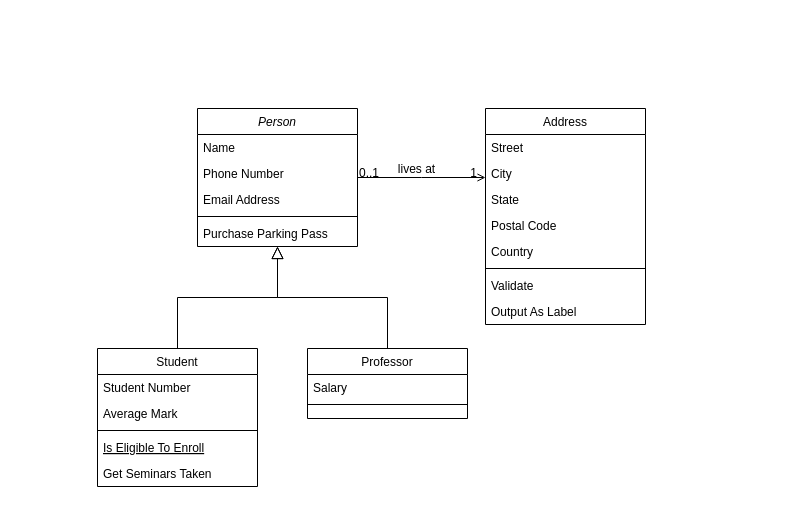
The draw.io diagram tridy.drawio in Hefik/IRS2, before the edit. Source tidied: cells renumbered, new cells numbered last; positions are measured from the earlier drawing's top-left corner, leaving out a move shared by most shapes. Both pictures are drawn from the tidied source at 100%, with x=0, y=0 at pixel (97, 108).
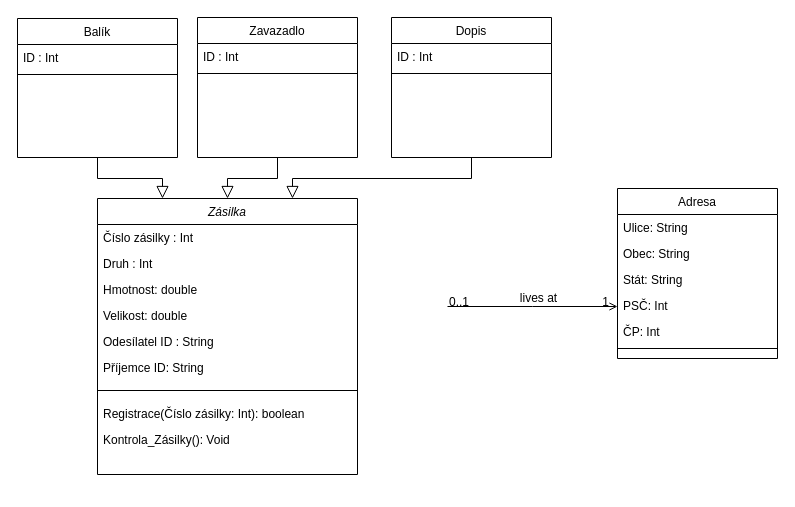
The same page after the edit.

Change to the diagram source:
```diff
@@
-    <mxCell id="2" value="Person" style="swimlane;fontStyle=2;align=center;verticalAlign=top;horizontal=1;startSize=26;rounded=0;shadow=0;strokeWidth=1;" parent="1" vertex="1">
-      <mxGeometry x="100" width="160" height="138" as="geometry" />
+    <mxCell id="2" value="Zásilka" style="swimlane;fontStyle=2;align=center;verticalAlign=top;horizontal=1;startSize=26;rounded=0;shadow=0;strokeWidth=1;" parent="1" vertex="1">
+      <mxGeometry y="90" width="260" height="276" as="geometry" />
     </mxCell>
-    <mxCell id="3" value="Name" style="text;align=left;verticalAlign=top;spacingLeft=4;spacingRight=4;overflow=hidden;" parent="2" vertex="1">
-      <mxGeometry y="26" width="160" height="26" as="geometry" />
+    <mxCell id="3" value="Číslo zásilky : Int" style="text;align=left;verticalAlign=top;spacingLeft=4;spacingRight=4;overflow=hidden;" parent="2" vertex="1">
+      <mxGeometry y="26" width="260" height="26" as="geometry" />
     </mxCell>
-    <mxCell id="4" value="Phone Number" style="text;align=left;verticalAlign=top;spacingLeft=4;spacingRight=4;overflow=hidden;rounded=0;shadow=0;html=0;" parent="2" vertex="1">
-      <mxGeometry y="52" width="160" height="26" as="geometry" />
+    <mxCell id="4" value="Druh : Int" style="text;align=left;verticalAlign=top;spacingLeft=4;spacingRight=4;overflow=hidden;rounded=0;shadow=0;html=0;" parent="2" vertex="1">
+      <mxGeometry y="52" width="260" height="26" as="geometry" />
     </mxCell>
+    <mxCell id="32" value="Hmotnost: double" style="text;align=left;verticalAlign=top;spacingLeft=4;spacingRight=4;overflow=hidden;rounded=0;shadow=0;html=0;" parent="2" vertex="1">
+      <mxGeometry y="78" width="260" height="26" as="geometry" />
+    </mxCell>
+    <mxCell id="33" value="Velikost: double" style="text;align=left;verticalAlign=top;spacingLeft=4;spacingRight=4;overflow=hidden;rounded=0;shadow=0;html=0;" parent="2" vertex="1">
+      <mxGeometry y="104" width="260" height="26" as="geometry" />
+    </mxCell>
-    <mxCell id="5" value="Email Address" style="text;align=left;verticalAlign=top;spacingLeft=4;spacingRight=4;overflow=hidden;rounded=0;shadow=0;html=0;" parent="2" vertex="1">
-      <mxGeometry y="78" width="160" height="26" as="geometry" />
+    <mxCell id="5" value="Odesílatel ID : String" style="text;align=left;verticalAlign=top;spacingLeft=4;spacingRight=4;overflow=hidden;rounded=0;shadow=0;html=0;" parent="2" vertex="1">
+      <mxGeometry y="130" width="260" height="26" as="geometry" />
     </mxCell>
+    <mxCell id="7" value="Příjemce ID: String " style="text;align=left;verticalAlign=top;spacingLeft=4;spacingRight=4;overflow=hidden;" parent="2" vertex="1">
+      <mxGeometry y="156" width="260" height="26" as="geometry" />
+    </mxCell>
     <mxCell id="6" style="line;html=1;strokeWidth=1;align=left;verticalAlign=middle;spacingTop=-1;spacingLeft=3;spacingRight=3;labelPosition=right;" parent="2" vertex="1">
-      <mxGeometry y="104" width="160" height="8" as="geometry" />
+      <mxGeometry y="182" width="260" height="20" as="geometry" />
     </mxCell>
-    <mxCell id="7" value="Purchase Parking Pass" style="text;align=left;verticalAlign=top;spacingLeft=4;spacingRight=4;overflow=hidden;" parent="2" vertex="1">
-      <mxGeometry y="112" width="160" height="26" as="geometry" />
-    </mxCell>
+    <mxCell id="34" value="Registrace(Číslo zásilky: Int): boolean" style="text;align=left;verticalAlign=top;spacingLeft=4;spacingRight=4;overflow=hidden;" parent="2" vertex="1">
+      <mxGeometry y="202" width="260" height="26" as="geometry" />
+    </mxCell>
+    <mxCell id="35" value="Kontrola_Zásilky(): Void" style="text;align=left;verticalAlign=top;spacingLeft=4;spacingRight=4;overflow=hidden;" parent="2" vertex="1">
+      <mxGeometry y="228" width="260" height="26" as="geometry" />
+    </mxCell>
-    <mxCell id="8" value="Student" style="swimlane;fontStyle=0;align=center;verticalAlign=top;horizontal=1;startSize=26;rounded=0;shadow=0;strokeWidth=1;" parent="1" vertex="1">
-      <mxGeometry y="240" width="160" height="138" as="geometry" />
+    <mxCell id="8" value="Balík" style="swimlane;fontStyle=0;align=center;verticalAlign=top;horizontal=1;startSize=26;rounded=0;shadow=0;strokeWidth=1;" parent="1" vertex="1">
+      <mxGeometry x="-80" y="-90" width="160" height="139" as="geometry" />
     </mxCell>
-    <mxCell id="9" value="Student Number" style="text;align=left;verticalAlign=top;spacingLeft=4;spacingRight=4;overflow=hidden;" parent="8" vertex="1">
+    <mxCell id="9" value="ID : Int" style="text;align=left;verticalAlign=top;spacingLeft=4;spacingRight=4;overflow=hidden;" parent="8" vertex="1">
       <mxGeometry y="26" width="160" height="26" as="geometry" />
     </mxCell>
-    <mxCell id="10" value="Average Mark" style="text;align=left;verticalAlign=top;spacingLeft=4;spacingRight=4;overflow=hidden;rounded=0;shadow=0;html=0;" parent="8" vertex="1">
-      <mxGeometry y="52" width="160" height="26" as="geometry" />
-    </mxCell>
     <mxCell id="11" style="line;html=1;strokeWidth=1;align=left;verticalAlign=middle;spacingTop=-1;spacingLeft=3;spacingRight=3;labelPosition=right;" parent="8" vertex="1">
-      <mxGeometry y="78" width="160" height="8" as="geometry" />
+      <mxGeometry y="52" width="160" height="8" as="geometry" />
     </mxCell>
-    <mxCell id="12" value="Is Eligible To Enroll" style="text;align=left;verticalAlign=top;spacingLeft=4;spacingRight=4;overflow=hidden;fontStyle=4;" parent="8" vertex="1">
-      <mxGeometry y="86" width="160" height="26" as="geometry" />
-    </mxCell>
-    <mxCell id="13" value="Get Seminars Taken" style="text;align=left;verticalAlign=top;spacingLeft=4;spacingRight=4;overflow=hidden;" parent="8" vertex="1">
-      <mxGeometry y="112" width="160" height="26" as="geometry" />
-    </mxCell>
-    <mxCell id="14" style="endArrow=block;endSize=10;endFill=0;shadow=0;strokeWidth=1;rounded=0;edgeStyle=elbowEdgeStyle;elbow=vertical;" parent="1" edge="1" source="8" target="2">
+    <mxCell id="14" style="endArrow=block;endSize=10;endFill=0;shadow=0;strokeWidth=1;rounded=0;edgeStyle=elbowEdgeStyle;elbow=vertical;entryX=0.25;entryY=0;entryDx=0;entryDy=0;" parent="1" edge="1" source="8" target="2">
       <mxGeometry relative="1" as="geometry" />
     </mxCell>
-    <mxCell id="15" value="Professor" style="swimlane;fontStyle=0;align=center;verticalAlign=top;horizontal=1;startSize=26;rounded=0;shadow=0;strokeWidth=1;" parent="1" vertex="1">
-      <mxGeometry x="210" y="240" width="160" height="70" as="geometry" />
+    <mxCell id="15" value="Zavazadlo" style="swimlane;fontStyle=0;align=center;verticalAlign=top;horizontal=1;startSize=26;rounded=0;shadow=0;strokeWidth=1;" parent="1" vertex="1">
+      <mxGeometry x="100" y="-91" width="160" height="140" as="geometry" />
     </mxCell>
-    <mxCell id="16" value="Salary" style="text;align=left;verticalAlign=top;spacingLeft=4;spacingRight=4;overflow=hidden;" parent="15" vertex="1">
+    <mxCell id="16" value="ID : Int" style="text;align=left;verticalAlign=top;spacingLeft=4;spacingRight=4;overflow=hidden;" parent="15" vertex="1">
       <mxGeometry y="26" width="160" height="26" as="geometry" />
     </mxCell>
@@
-    <mxCell id="19" value="Address" style="swimlane;fontStyle=0;align=center;verticalAlign=top;horizontal=1;startSize=26;rounded=0;shadow=0;strokeWidth=1;" parent="1" vertex="1">
-      <mxGeometry x="388" width="160" height="216" as="geometry" />
+    <mxCell id="19" value="Adresa" style="swimlane;fontStyle=0;align=center;verticalAlign=top;horizontal=1;startSize=26;rounded=0;shadow=0;strokeWidth=1;" parent="1" vertex="1">
+      <mxGeometry x="520" y="80" width="160" height="170" as="geometry" />
     </mxCell>
-    <mxCell id="20" value="Street" style="text;align=left;verticalAlign=top;spacingLeft=4;spacingRight=4;overflow=hidden;" parent="19" vertex="1">
+    <mxCell id="20" value="Ulice: String" style="text;align=left;verticalAlign=top;spacingLeft=4;spacingRight=4;overflow=hidden;" parent="19" vertex="1">
       <mxGeometry y="26" width="160" height="26" as="geometry" />
     </mxCell>
-    <mxCell id="21" value="City" style="text;align=left;verticalAlign=top;spacingLeft=4;spacingRight=4;overflow=hidden;rounded=0;shadow=0;html=0;" parent="19" vertex="1">
+    <mxCell id="21" value="Obec: String" style="text;align=left;verticalAlign=top;spacingLeft=4;spacingRight=4;overflow=hidden;rounded=0;shadow=0;html=0;" parent="19" vertex="1">
       <mxGeometry y="52" width="160" height="26" as="geometry" />
     </mxCell>
-    <mxCell id="22" value="State" style="text;align=left;verticalAlign=top;spacingLeft=4;spacingRight=4;overflow=hidden;rounded=0;shadow=0;html=0;" parent="19" vertex="1">
+    <mxCell id="22" value="Stát: String" style="text;align=left;verticalAlign=top;spacingLeft=4;spacingRight=4;overflow=hidden;rounded=0;shadow=0;html=0;" parent="19" vertex="1">
       <mxGeometry y="78" width="160" height="26" as="geometry" />
     </mxCell>
-    <mxCell id="23" value="Postal Code" style="text;align=left;verticalAlign=top;spacingLeft=4;spacingRight=4;overflow=hidden;rounded=0;shadow=0;html=0;" parent="19" vertex="1">
+    <mxCell id="23" value="PSČ: Int" style="text;align=left;verticalAlign=top;spacingLeft=4;spacingRight=4;overflow=hidden;rounded=0;shadow=0;html=0;" parent="19" vertex="1">
       <mxGeometry y="104" width="160" height="26" as="geometry" />
     </mxCell>
-    <mxCell id="24" value="Country" style="text;align=left;verticalAlign=top;spacingLeft=4;spacingRight=4;overflow=hidden;rounded=0;shadow=0;html=0;" parent="19" vertex="1">
+    <mxCell id="24" value="ČP: Int" style="text;align=left;verticalAlign=top;spacingLeft=4;spacingRight=4;overflow=hidden;rounded=0;shadow=0;html=0;" parent="19" vertex="1">
       <mxGeometry y="130" width="160" height="26" as="geometry" />
     </mxCell>
@@
-    <mxCell id="26" value="Validate" style="text;align=left;verticalAlign=top;spacingLeft=4;spacingRight=4;overflow=hidden;" parent="19" vertex="1">
-      <mxGeometry y="164" width="160" height="26" as="geometry" />
-    </mxCell>
-    <mxCell id="27" value="Output As Label" style="text;align=left;verticalAlign=top;spacingLeft=4;spacingRight=4;overflow=hidden;" parent="19" vertex="1">
-      <mxGeometry y="190" width="160" height="26" as="geometry" />
-    </mxCell>
-    <mxCell id="28" style="endArrow=open;shadow=0;strokeWidth=1;rounded=0;endFill=1;edgeStyle=elbowEdgeStyle;elbow=vertical;" parent="1" edge="1" source="2" target="19">
+    <mxCell id="28" style="endArrow=open;shadow=0;strokeWidth=1;rounded=0;endFill=1;edgeStyle=elbowEdgeStyle;elbow=vertical;" parent="1" edge="1" target="19">
       <mxGeometry x="0.5" y="41" relative="1" as="geometry">
+        <mxPoint x="350" y="198" as="sourcePoint" />
         <mxPoint x="-40" y="32" as="offset" />
       </mxGeometry>
     </mxCell>
@@
+    <mxCell id="36" value="Dopis" style="swimlane;fontStyle=0;align=center;verticalAlign=top;horizontal=1;startSize=26;rounded=0;shadow=0;strokeWidth=1;" parent="1" vertex="1">
+      <mxGeometry x="294" y="-91" width="160" height="140" as="geometry" />
+    </mxCell>
+    <mxCell id="37" value="ID : Int" style="text;align=left;verticalAlign=top;spacingLeft=4;spacingRight=4;overflow=hidden;" parent="36" vertex="1">
+      <mxGeometry y="26" width="160" height="26" as="geometry" />
+    </mxCell>
+    <mxCell id="38" style="line;html=1;strokeWidth=1;align=left;verticalAlign=middle;spacingTop=-1;spacingLeft=3;spacingRight=3;labelPosition=right;" parent="36" vertex="1">
+      <mxGeometry y="52" width="160" height="8" as="geometry" />
+    </mxCell>
+    <mxCell id="39" style="endArrow=block;endSize=10;endFill=0;shadow=0;strokeWidth=1;rounded=0;edgeStyle=elbowEdgeStyle;elbow=vertical;exitX=0.5;exitY=1;exitDx=0;exitDy=0;entryX=0.75;entryY=0;entryDx=0;entryDy=0;" parent="1" edge="1" source="36" target="2">
+      <mxGeometry relative="1" as="geometry">
+        <Array as="points">
+          <mxPoint x="290" y="70" />
+        </Array>
+      </mxGeometry>
+    </mxCell>
```
